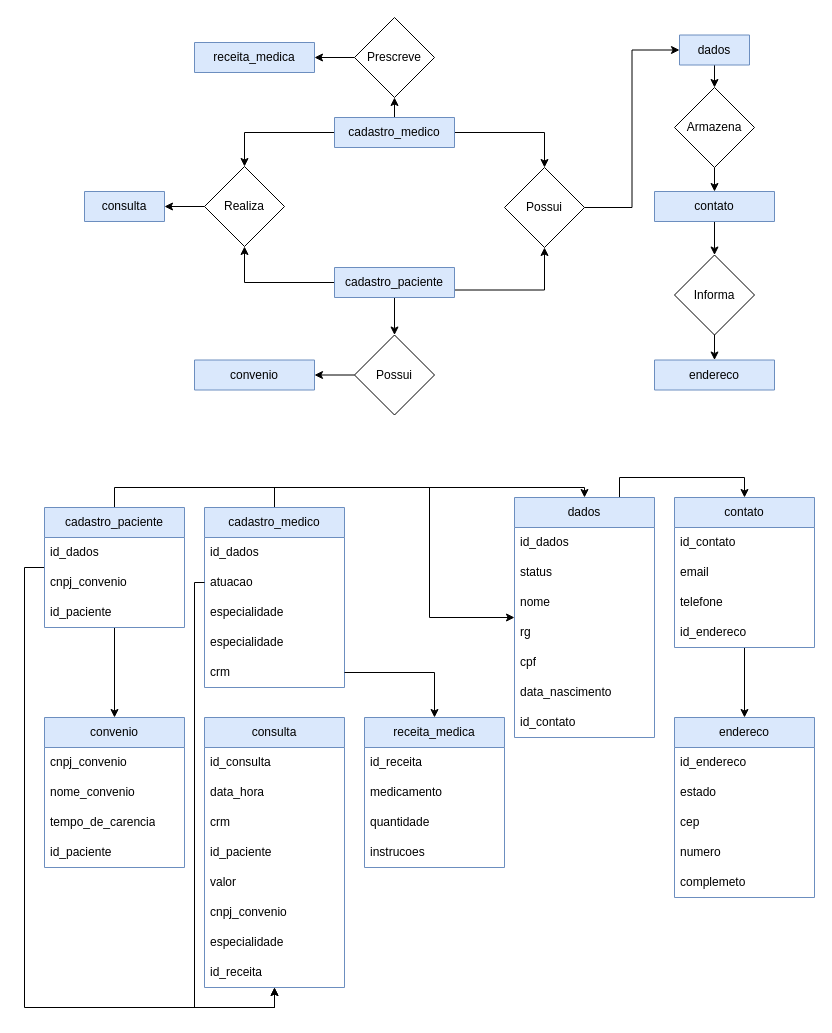
This is aula_banco.drawio from Gustavo-Bosak/aula-banco, a draw.io file, before an edit. Source tidied: cells renumbered, new cells numbered last; positions are measured from the earlier drawing's top-left corner, leaving out a move shared by most shapes. Both pictures are drawn from the tidied source at 100%, with x=0, y=0 at pixel (24, 17).
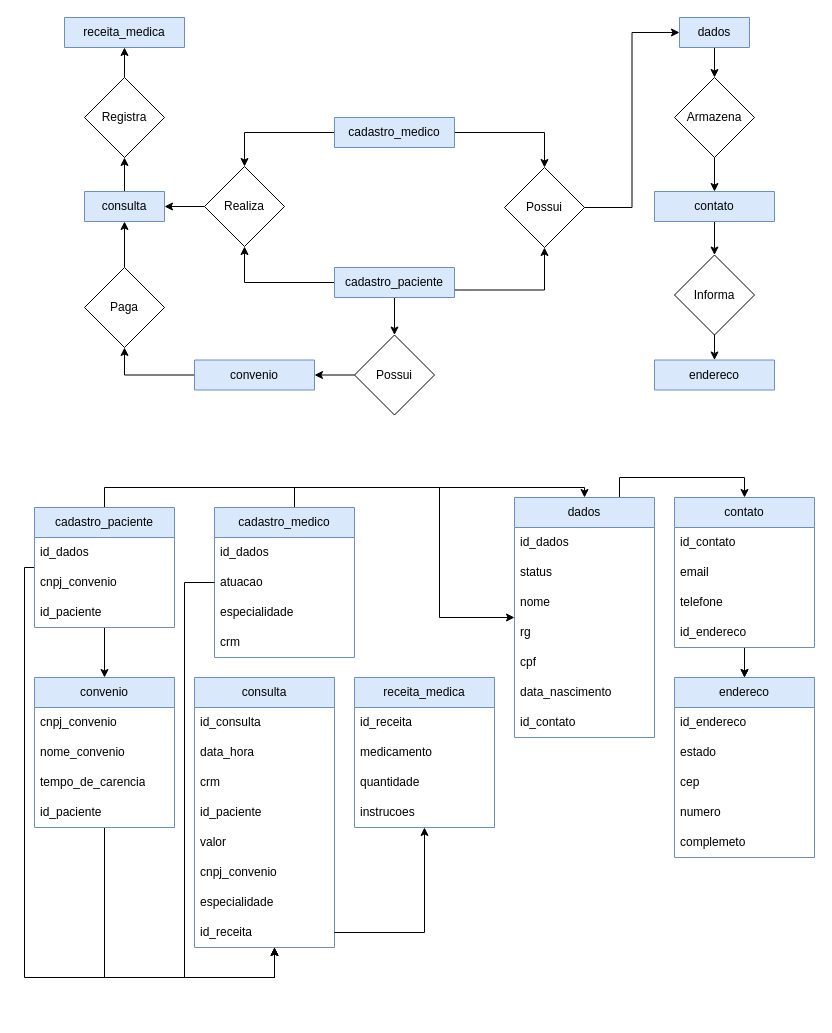
The same diagram, later.

The change refers to these unchanged cells:
```xml
<mxCell id="2" value="convenio" style="swimlane;fontStyle=0;horizontal=1;startSize=30;whiteSpace=wrap;html=1;fillColor=#dae8fc;strokeColor=#6c8ebf;" parent="1" vertex="1" collapsed="1">
  <mxGeometry x="170" y="342.5" width="120" height="30" as="geometry" />
</mxCell>
<mxCell id="15" value="cadastro_medico" style="swimlane;fontStyle=0;horizontal=1;startSize=30;whiteSpace=wrap;html=1;fillColor=#dae8fc;strokeColor=#6c8ebf;" parent="1" vertex="1" collapsed="1">
  <mxGeometry x="310" y="100" width="120" height="30" as="geometry" />
</mxCell>
<mxCell id="16" value="consulta" style="swimlane;fontStyle=0;horizontal=1;startSize=30;whiteSpace=wrap;html=1;fillColor=#dae8fc;strokeColor=#6c8ebf;" parent="1" vertex="1" collapsed="1">
  <mxGeometry x="60" y="174" width="80" height="30" as="geometry" />
</mxCell>
<mxCell id="43" value="id_receita" style="text;strokeColor=none;fillColor=none;align=left;verticalAlign=middle;spacingLeft=4;spacingRight=4;overflow=hidden;points=[[0,0.5],[1,0.5]];portConstraint=eastwest;whiteSpace=wrap;html=1;" parent="35" vertex="1">
  <mxGeometry y="240" width="140" height="30" as="geometry" />
</mxCell>
<mxCell id="47" value="atuacao" style="text;strokeColor=none;fillColor=none;align=left;verticalAlign=middle;spacingLeft=4;spacingRight=4;overflow=hidden;points=[[0,0.5],[1,0.5]];portConstraint=eastwest;whiteSpace=wrap;html=1;" parent="45" vertex="1">
  <mxGeometry y="60" width="140" height="30" as="geometry" />
</mxCell>
<mxCell id="64" value="contato" style="swimlane;fontStyle=0;horizontal=1;startSize=30;whiteSpace=wrap;html=1;fillColor=#dae8fc;strokeColor=#6c8ebf;" parent="1" vertex="1">
  <mxGeometry x="650" y="480" width="140" height="150" as="geometry" />
</mxCell>
<mxCell id="70" value="dados" style="swimlane;fontStyle=0;horizontal=1;startSize=30;whiteSpace=wrap;html=1;fillColor=#dae8fc;strokeColor=#6c8ebf;" parent="1" vertex="1">
  <mxGeometry x="490" y="480" width="140" height="240" as="geometry" />
</mxCell>
```

The edit, as a diff of the source:
```diff
@@
+    <mxCell id="86" style="edgeStyle=orthogonalEdgeStyle;rounded=0;jettySize=auto;html=1;entryX=0.5;entryY=1;entryDx=0;entryDy=0;" parent="1" edge="1" source="2" target="92">
+      <mxGeometry relative="1" as="geometry" />
+    </mxCell>
@@
     <mxCell id="4" value="dados" style="swimlane;fontStyle=0;horizontal=1;startSize=30;whiteSpace=wrap;html=1;fillColor=#dae8fc;strokeColor=#6c8ebf;" parent="1" vertex="1" collapsed="1">
-      <mxGeometry x="655" y="17.5" width="70" height="30" as="geometry" />
+      <mxGeometry x="655" width="70" height="30" as="geometry" />
     </mxCell>
@@
-    <mxCell id="13" style="edgeStyle=orthogonalEdgeStyle;rounded=0;jettySize=auto;html=1;exitX=0.5;exitY=0;exitDx=0;exitDy=0;entryX=0.5;entryY=1;entryDx=0;entryDy=0;" parent="1" edge="1" source="15" target="29">
-      <mxGeometry relative="1" as="geometry" />
-    </mxCell>
@@
+    <mxCell id="87" style="edgeStyle=orthogonalEdgeStyle;rounded=0;jettySize=auto;html=1;exitX=0.5;exitY=0;exitDx=0;exitDy=0;" parent="1" edge="1" source="16" target="29">
+      <mxGeometry relative="1" as="geometry" />
+    </mxCell>
@@
     <mxCell id="17" value="receita_medica" style="swimlane;fontStyle=0;horizontal=1;startSize=30;whiteSpace=wrap;html=1;fillColor=#dae8fc;strokeColor=#6c8ebf;" parent="1" vertex="1" collapsed="1">
-      <mxGeometry x="170" y="25" width="120" height="30" as="geometry" />
+      <mxGeometry x="40" width="120" height="30" as="geometry" />
     </mxCell>
@@
     <mxCell id="23" value="Armazena" style="rhombus;whiteSpace=wrap;html=1;" parent="1" vertex="1">
-      <mxGeometry x="650" y="70" width="80" height="80" as="geometry" />
+      <mxGeometry x="650" y="60" width="80" height="80" as="geometry" />
     </mxCell>
@@
-    <mxCell id="28" style="edgeStyle=orthogonalEdgeStyle;rounded=0;jettySize=auto;html=1;exitX=0;exitY=0.5;exitDx=0;exitDy=0;entryX=1;entryY=0.5;entryDx=0;entryDy=0;" parent="1" edge="1" source="29" target="17">
+    <mxCell id="28" style="edgeStyle=orthogonalEdgeStyle;rounded=0;jettySize=auto;html=1;" parent="1" edge="1" source="29" target="17">
       <mxGeometry relative="1" as="geometry" />
     </mxCell>
-    <mxCell id="29" value="Prescreve" style="rhombus;whiteSpace=wrap;html=1;" parent="1" vertex="1">
-      <mxGeometry x="330" width="80" height="80" as="geometry" />
+    <mxCell id="29" value="Registra" style="rhombus;whiteSpace=wrap;html=1;" parent="1" vertex="1">
+      <mxGeometry x="60" y="60" width="80" height="80" as="geometry" />
     </mxCell>
     <mxCell id="30" value="receita_medica" style="swimlane;fontStyle=0;horizontal=1;startSize=30;whiteSpace=wrap;html=1;fillColor=#dae8fc;strokeColor=#6c8ebf;" parent="1" vertex="1">
-      <mxGeometry x="340" y="700" width="140" height="150" as="geometry" />
+      <mxGeometry x="330" y="660" width="140" height="150" as="geometry" />
     </mxCell>
@@
     <mxCell id="35" value="consulta" style="swimlane;fontStyle=0;horizontal=1;startSize=30;whiteSpace=wrap;html=1;fillColor=#dae8fc;strokeColor=#6c8ebf;" parent="1" vertex="1">
-      <mxGeometry x="180" y="700" width="140" height="270" as="geometry" />
+      <mxGeometry x="170" y="660" width="140" height="270" as="geometry" />
     </mxCell>
@@
-    <mxCell id="44" style="edgeStyle=orthogonalEdgeStyle;rounded=0;jettySize=auto;html=1;exitX=0.5;exitY=0;exitDx=0;exitDy=0;" parent="1" edge="1" source="45" target="70">
-      <mxGeometry relative="1" as="geometry" />
+    <mxCell id="44" style="edgeStyle=orthogonalEdgeStyle;rounded=0;jettySize=auto;html=1;" parent="1" edge="1" source="45" target="70">
+      <mxGeometry relative="1" as="geometry">
+        <Array as="points">
+          <mxPoint x="270" y="470" />
+          <mxPoint x="415" y="470" />
+          <mxPoint x="415" y="600" />
+        </Array>
+      </mxGeometry>
     </mxCell>
     <mxCell id="45" value="cadastro_medico" style="swimlane;fontStyle=0;horizontal=1;startSize=30;whiteSpace=wrap;html=1;fillColor=#dae8fc;strokeColor=#6c8ebf;" parent="1" vertex="1">
-      <mxGeometry x="180" y="490" width="140" height="180" as="geometry" />
+      <mxGeometry x="190" y="490" width="140" height="150" as="geometry" />
     </mxCell>
@@
-    <mxCell id="49" value="especialidade" style="text;strokeColor=none;fillColor=none;align=left;verticalAlign=middle;spacingLeft=4;spacingRight=4;overflow=hidden;whiteSpace=wrap;html=1;" parent="45" vertex="1">
-      <mxGeometry y="120" width="140" height="30" as="geometry" />
-    </mxCell>
     <mxCell id="50" value="crm" style="text;strokeColor=none;fillColor=none;align=left;verticalAlign=middle;spacingLeft=4;spacingRight=4;overflow=hidden;points=[[0,0.5],[1,0.5]];portConstraint=eastwest;whiteSpace=wrap;html=1;" parent="45" vertex="1">
-      <mxGeometry y="150" width="140" height="30" as="geometry" />
+      <mxGeometry y="120" width="140" height="30" as="geometry" />
     </mxCell>
@@
     <mxCell id="53" style="edgeStyle=orthogonalEdgeStyle;rounded=0;jettySize=auto;html=1;" parent="1" edge="1" source="54" target="43">
       <mxGeometry relative="1" as="geometry">
         <Array as="points">
           <mxPoint y="550" />
-          <mxPoint y="990" />
-          <mxPoint x="250" y="990" />
+          <mxPoint y="960" />
+          <mxPoint x="250" y="960" />
         </Array>
       </mxGeometry>
     </mxCell>
     <mxCell id="54" value="cadastro_paciente" style="swimlane;fontStyle=0;horizontal=1;startSize=30;whiteSpace=wrap;html=1;fillColor=#dae8fc;strokeColor=#6c8ebf;" parent="1" vertex="1">
-      <mxGeometry x="20" y="490" width="140" height="120" as="geometry" />
+      <mxGeometry x="10" y="490" width="140" height="120" as="geometry" />
     </mxCell>
@@
+    <mxCell id="88" style="edgeStyle=orthogonalEdgeStyle;rounded=0;jettySize=auto;html=1;" parent="1" edge="1" source="58" target="35">
+      <mxGeometry relative="1" as="geometry">
+        <Array as="points">
+          <mxPoint x="80" y="960" />
+          <mxPoint x="250" y="960" />
+        </Array>
+      </mxGeometry>
+    </mxCell>
     <mxCell id="58" value="convenio" style="swimlane;fontStyle=0;horizontal=1;startSize=30;whiteSpace=wrap;html=1;fillColor=#dae8fc;strokeColor=#6c8ebf;" parent="1" vertex="1">
-      <mxGeometry x="20" y="700" width="140" height="150" as="geometry" />
+      <mxGeometry x="10" y="660" width="140" height="150" as="geometry" />
     </mxCell>
@@
+    <mxCell id="89" style="edgeStyle=orthogonalEdgeStyle;rounded=0;jettySize=auto;html=1;entryX=0.5;entryY=0;entryDx=0;entryDy=0;" parent="1" edge="1" source="64" target="78">
+      <mxGeometry relative="1" as="geometry" />
+    </mxCell>
@@
     <mxCell id="78" value="endereco" style="swimlane;fontStyle=0;horizontal=1;startSize=30;whiteSpace=wrap;html=1;fillColor=#dae8fc;strokeColor=#6c8ebf;" parent="1" vertex="1">
-      <mxGeometry x="650" y="700" width="140" height="180" as="geometry" />
+      <mxGeometry x="650" y="660" width="140" height="180" as="geometry" />
     </mxCell>
@@
-    <mxCell id="84" style="edgeStyle=orthogonalEdgeStyle;rounded=0;jettySize=auto;html=1;" parent="1" edge="1" source="50" target="30">
-      <mxGeometry relative="1" as="geometry" />
-    </mxCell>
     <mxCell id="85" style="edgeStyle=orthogonalEdgeStyle;rounded=0;jettySize=auto;html=1;" parent="1" edge="1" source="47" target="43">
       <mxGeometry relative="1" as="geometry">
         <Array as="points">
-          <mxPoint x="170" y="565" />
-          <mxPoint x="170" y="990" />
-          <mxPoint x="250" y="990" />
+          <mxPoint x="160" y="565" />
+          <mxPoint x="160" y="960" />
+          <mxPoint x="250" y="960" />
         </Array>
       </mxGeometry>
     </mxCell>
+    <mxCell id="90" style="edgeStyle=orthogonalEdgeStyle;rounded=0;jettySize=auto;html=1;exitX=1;exitY=0.5;exitDx=0;exitDy=0;" parent="1" edge="1" source="43" target="30">
+      <mxGeometry relative="1" as="geometry" />
+    </mxCell>
+    <mxCell id="91" style="edgeStyle=orthogonalEdgeStyle;rounded=0;jettySize=auto;html=1;exitX=0.5;exitY=0;exitDx=0;exitDy=0;" parent="1" edge="1" source="92" target="16">
+      <mxGeometry relative="1" as="geometry" />
+    </mxCell>
+    <mxCell id="92" value="Paga" style="rhombus;whiteSpace=wrap;html=1;" parent="1" vertex="1">
+      <mxGeometry x="60" y="250" width="80" height="80" as="geometry" />
+    </mxCell>
```
